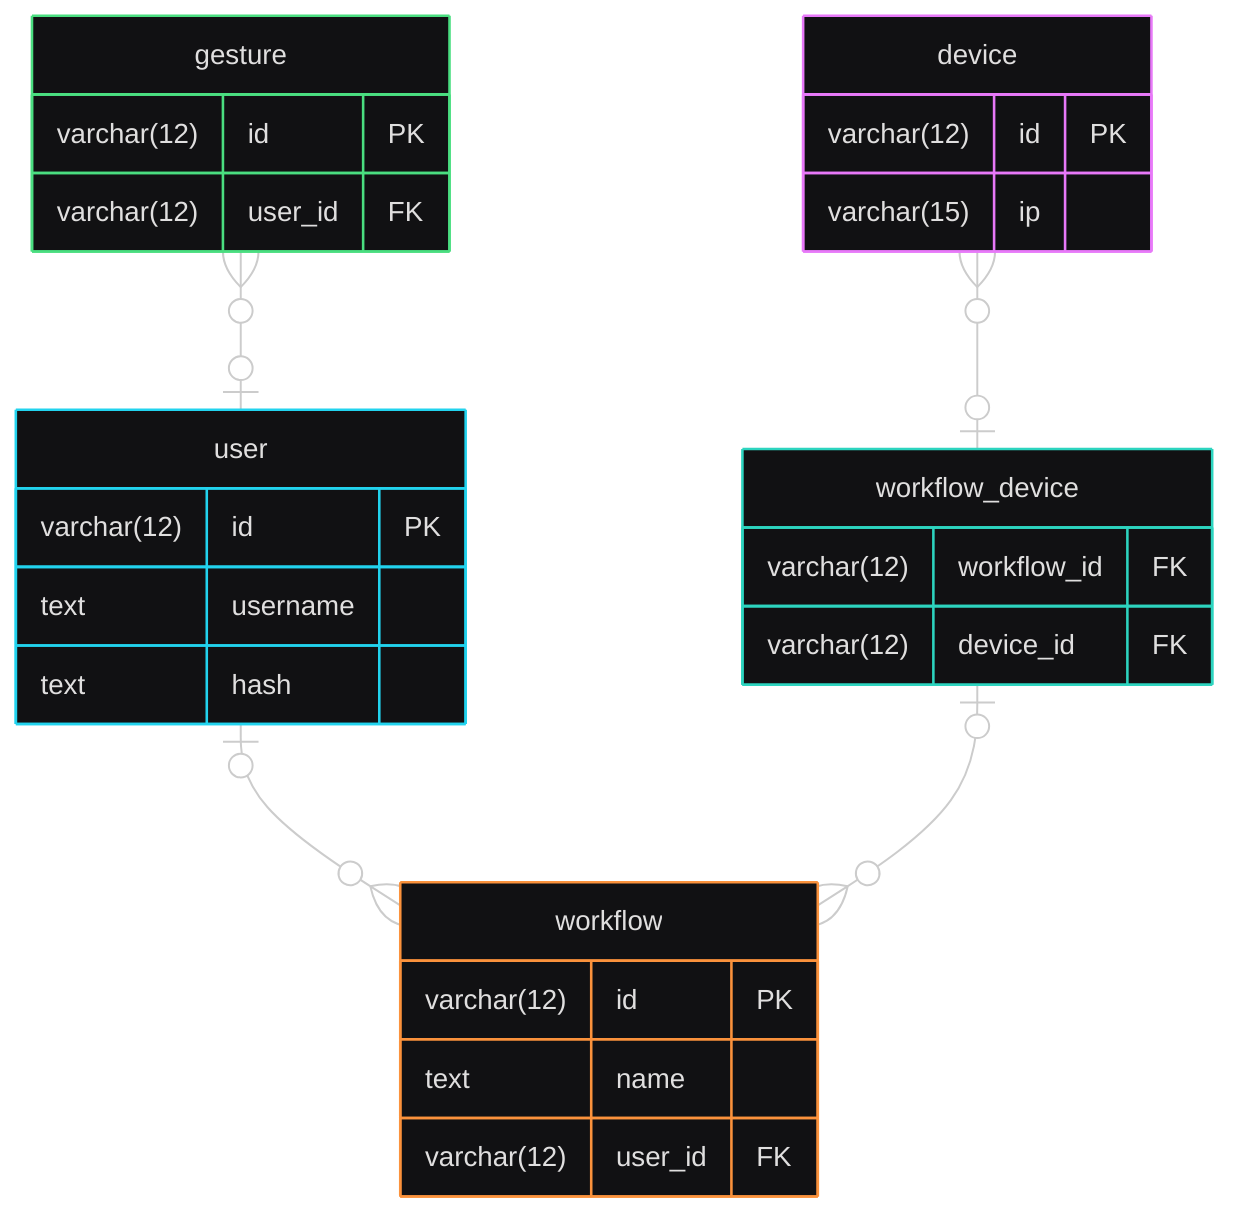
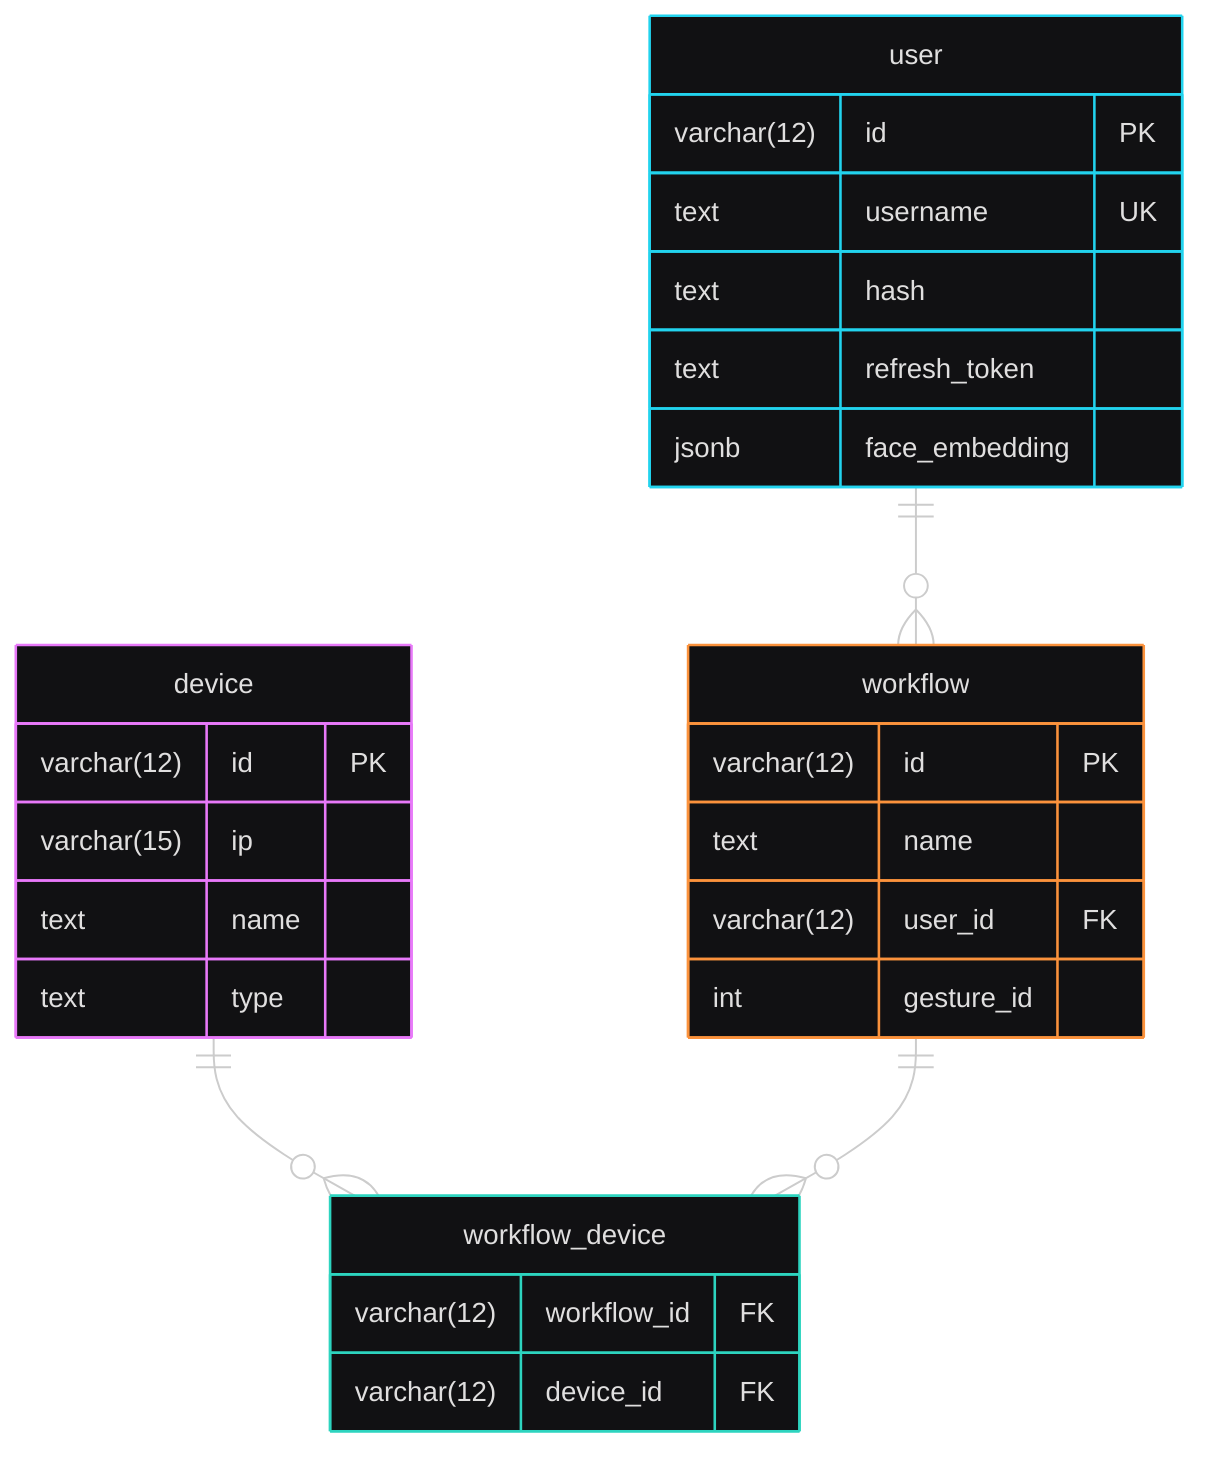
---
config:
  layout: dagre
  theme: redux-dark-color
---
erDiagram
    device {
        varchar(12) id PK ""
        varchar(15) ip  ""
+         text name ""
+         text type ""
    }

    workflow_device {
        varchar(12) workflow_id FK ""
        varchar(12) device_id FK ""
    }

    workflow {
        varchar(12) id PK ""
        text name ""
        varchar(12) user_id FK
+         int gesture_id
    }

    user {
        varchar(12) id PK ""
-         text username  ""
+         text username UK ""
        text hash ""
+         text refresh_token ""
+         jsonb face_embedding ""
    }

-     gesture {
-         varchar(12) id PK ""
-         varchar(12) user_id FK ""
-     }
- 
-     gesture }o--o| user: "  "
-     user |o--o{ workflow: "  "
-     device }o--o| workflow_device: "  "
-     workflow_device |o--o{ workflow: "  "+     user ||--o{ workflow: "  "
+     device ||--o{ workflow_device: "  "
+     workflow ||--o{ workflow_device: "  "